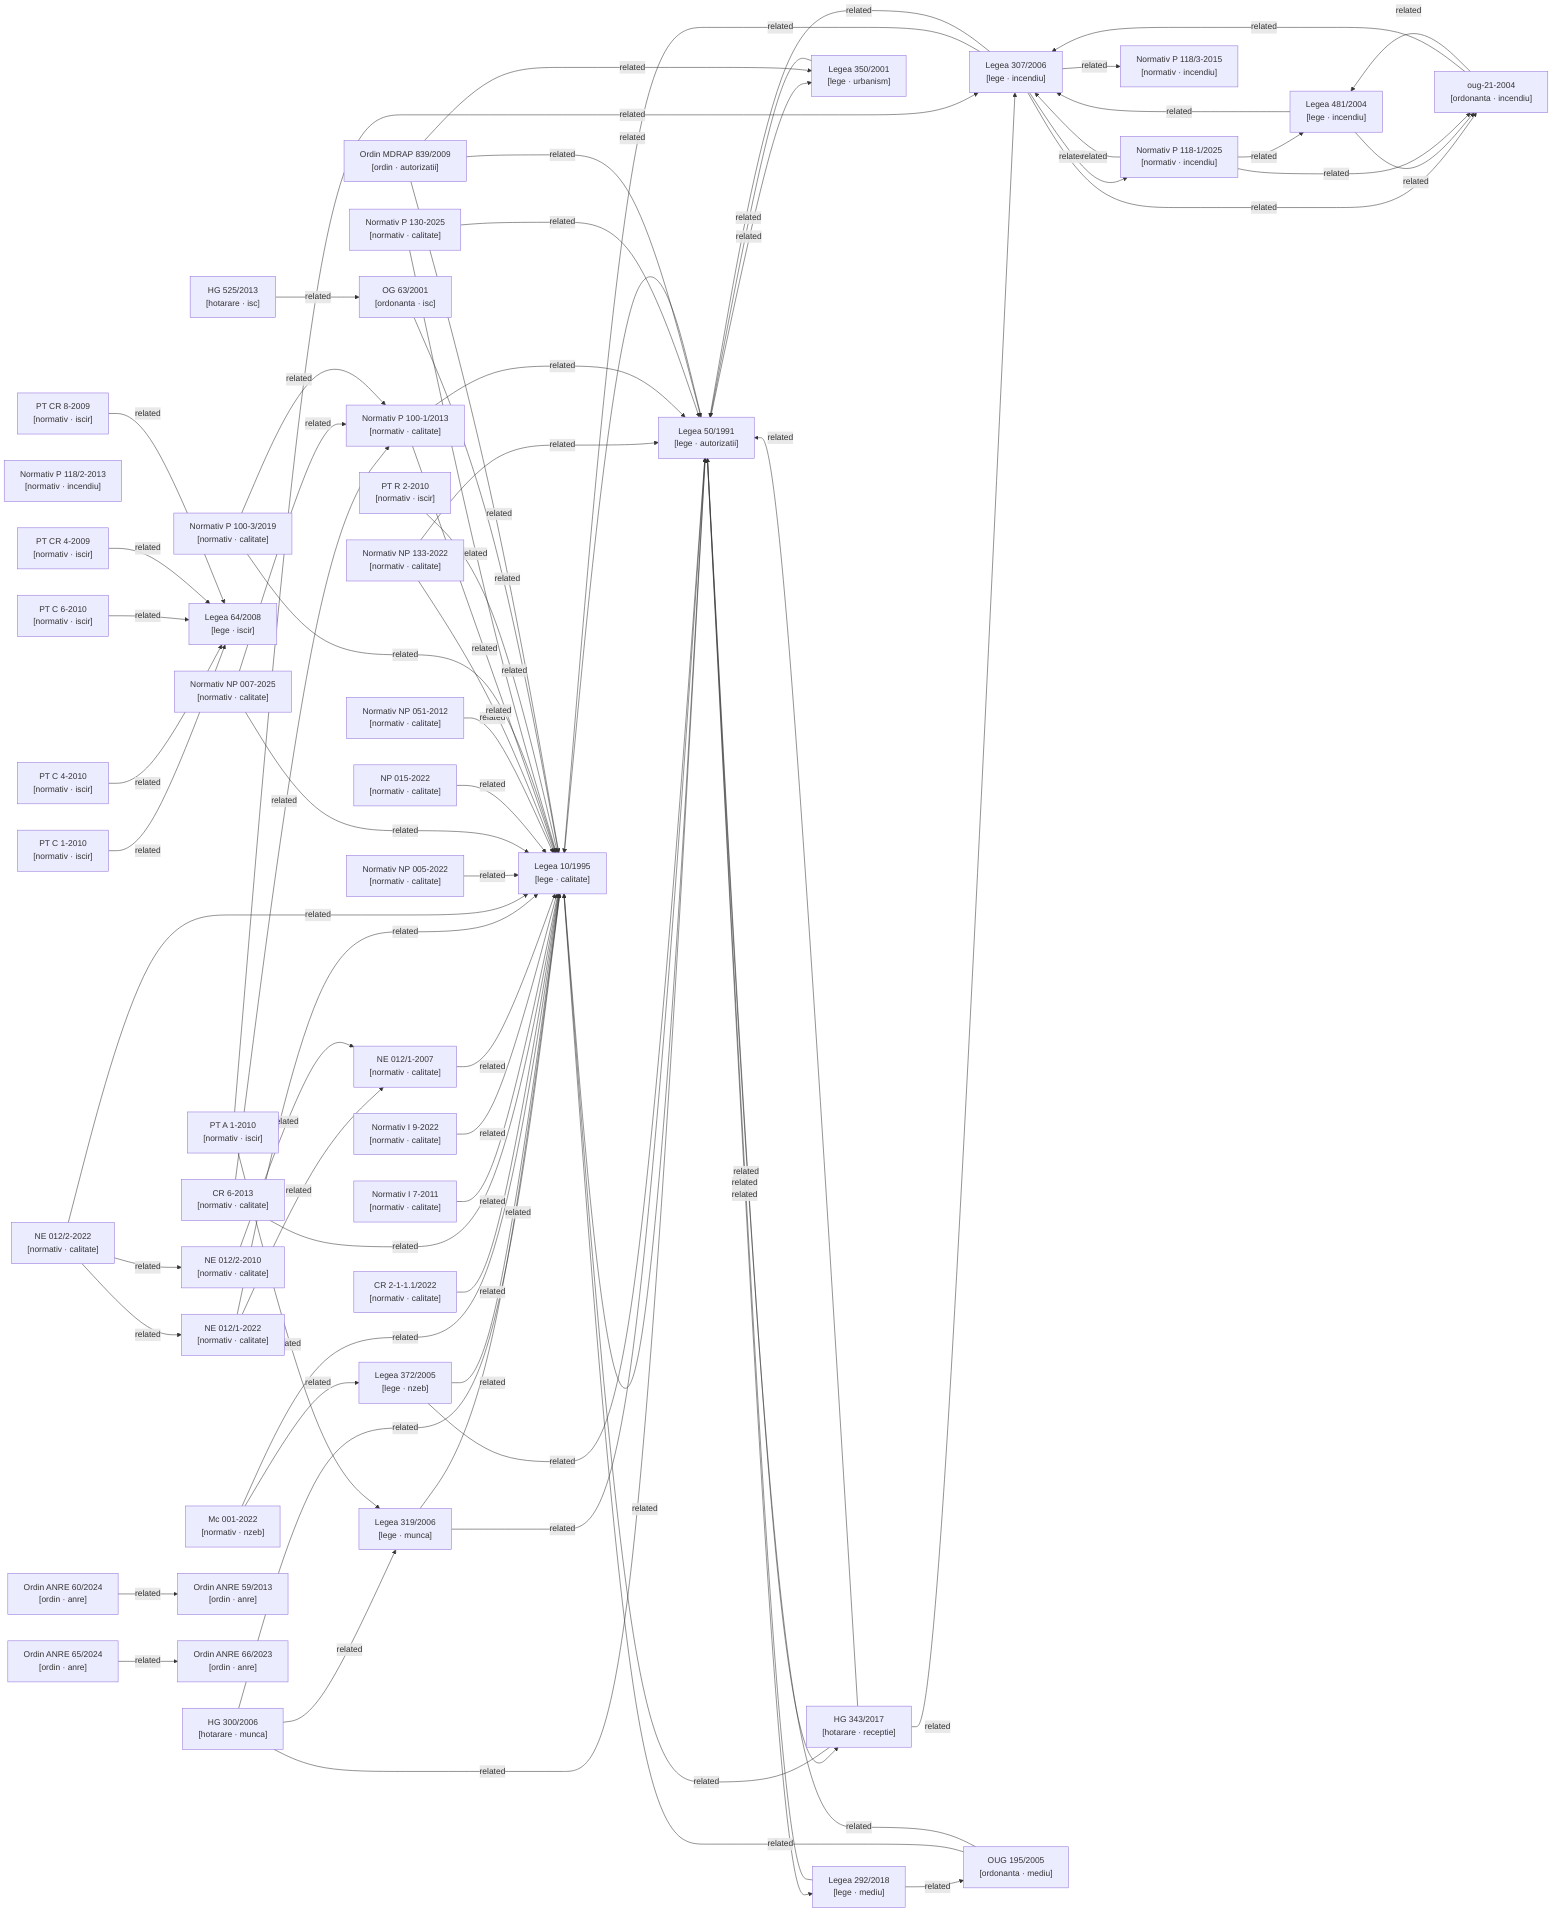
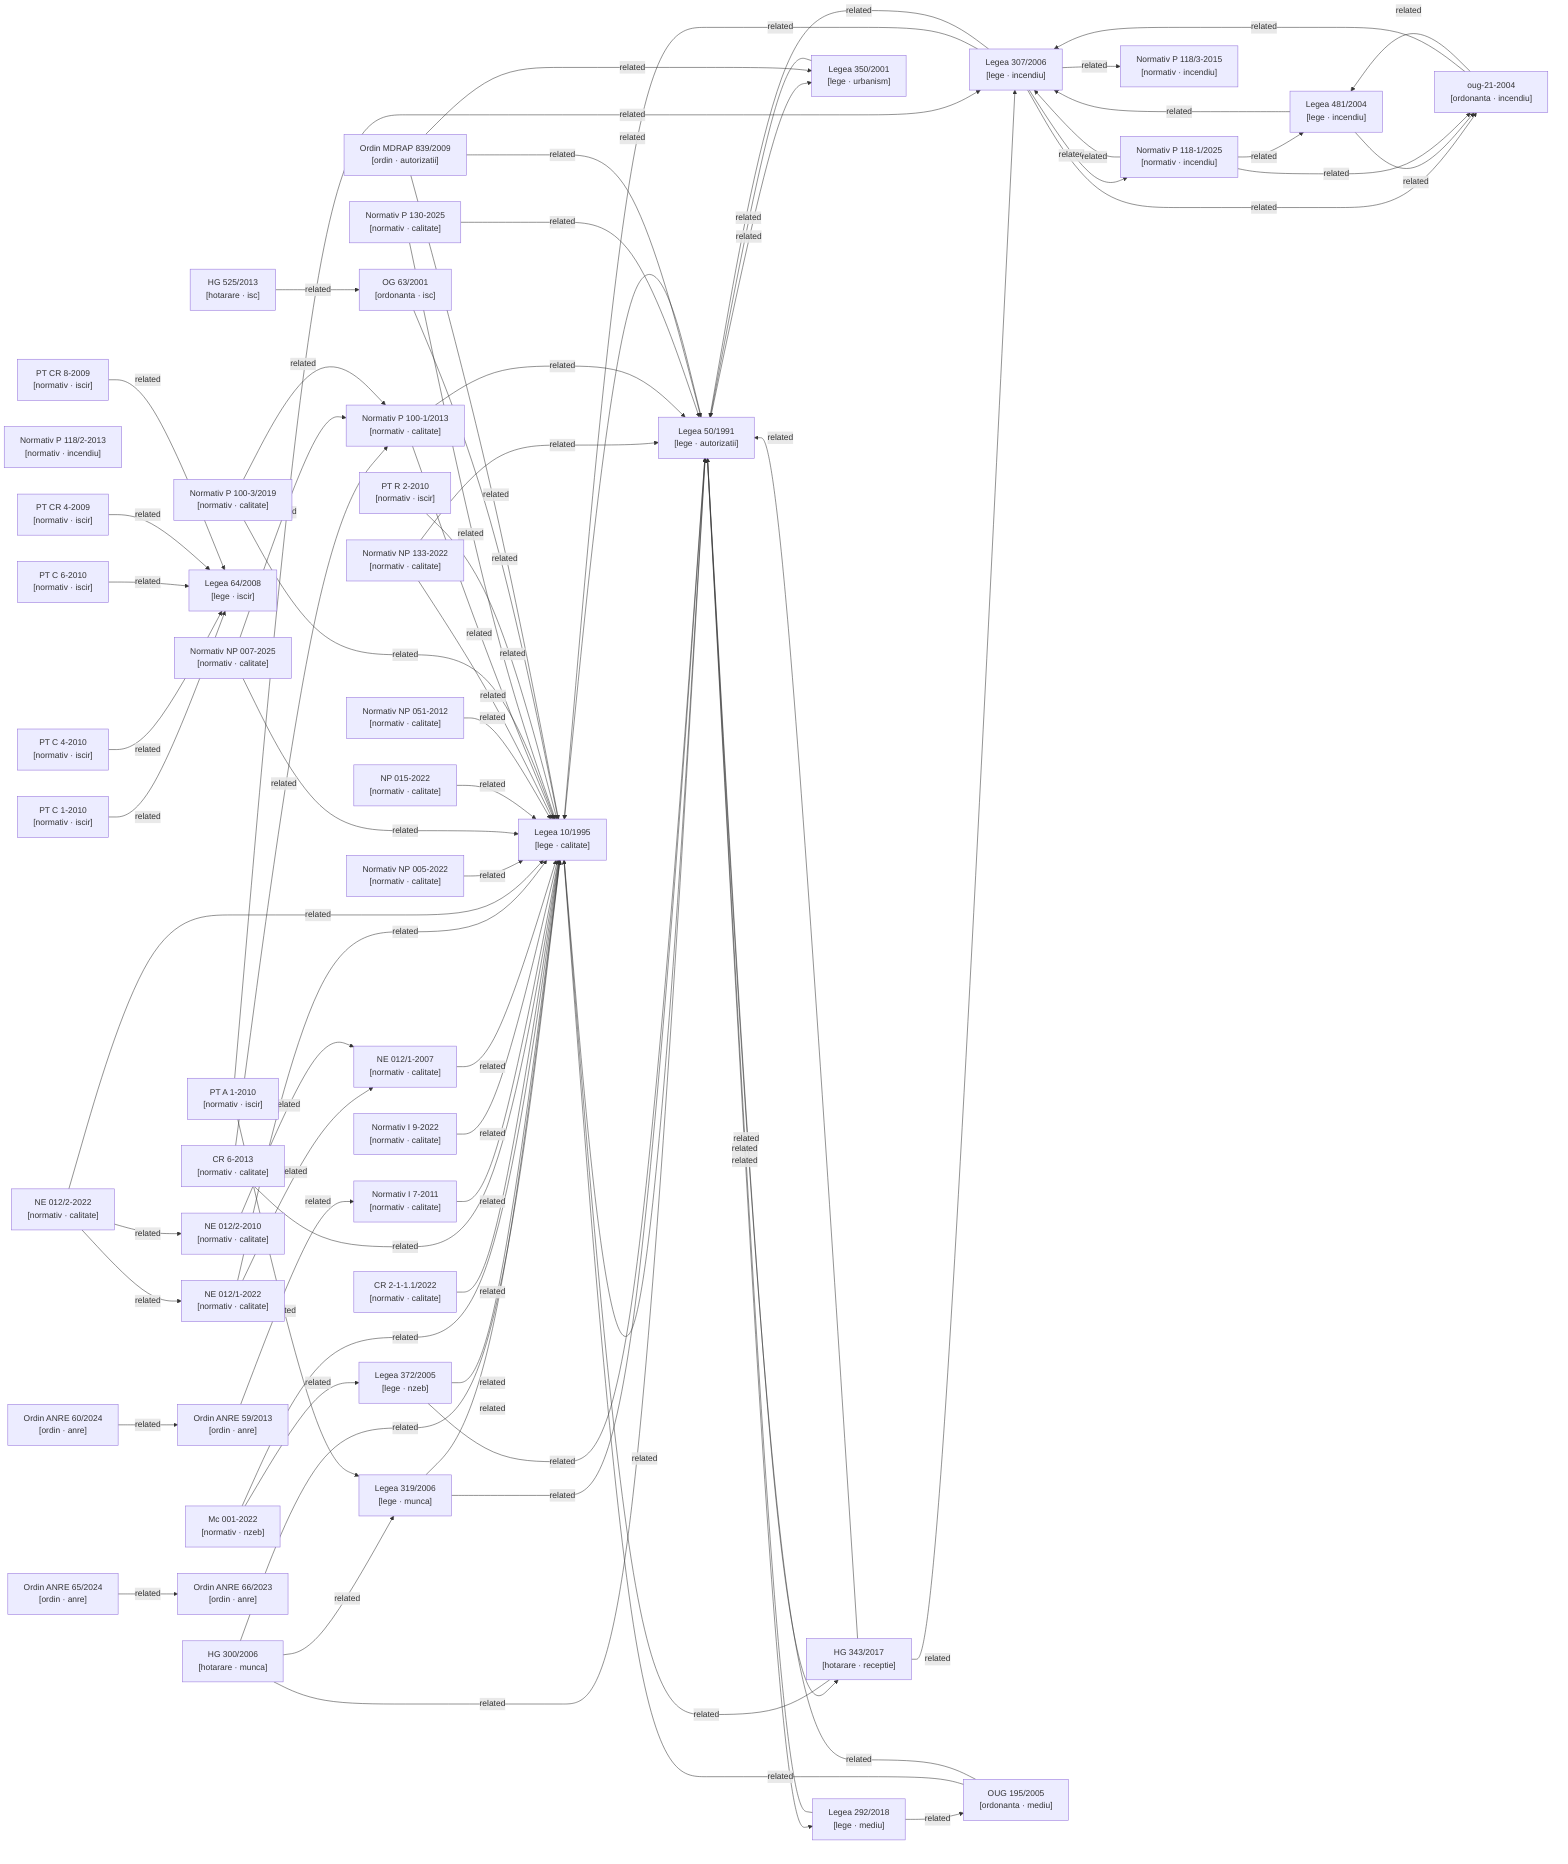
graph LR

  %% Nodes
  hg-300-2006["HG 300/2006\n[hotarare · munca]"]
  hg-343-2017["HG 343/2017\n[hotarare · receptie]"]
  hg-525-2013["HG 525/2013\n[hotarare · isc]"]
  lege-10-1995["Legea 10/1995\n[lege · calitate]"]
  lege-292-2018["Legea 292/2018\n[lege · mediu]"]
  lege-307-2006["Legea 307/2006\n[lege · incendiu]"]
  lege-319-2006["Legea 319/2006\n[lege · munca]"]
  lege-350-2001["Legea 350/2001\n[lege · urbanism]"]
  lege-372-2005["Legea 372/2005\n[lege · nzeb]"]
  lege-481-2004["Legea 481/2004\n[lege · incendiu]"]
  lege-50-1991["Legea 50/1991\n[lege · autorizatii]"]
  lege-64-2008["Legea 64/2008\n[lege · iscir]"]
  metodologie-mc001-2022["Mc 001-2022\n[normativ · nzeb]"]
  normativ-cr2-1-1-1-2022["CR 2-1-1.1/2022\n[normativ · calitate]"]
  normativ-cr6-2013["CR 6-2013\n[normativ · calitate]"]
  normativ-i7-2011["Normativ I 7-2011\n[normativ · calitate]"]
  normativ-i9-2022["Normativ I 9-2022\n[normativ · calitate]"]
  normativ-ne012-1-2007["NE 012/1-2007\n[normativ · calitate]"]
  normativ-ne012-1-2022["NE 012/1-2022\n[normativ · calitate]"]
  normativ-ne012-2-2010["NE 012/2-2010\n[normativ · calitate]"]
  normativ-ne012-2-2022["NE 012/2-2022\n[normativ · calitate]"]
  normativ-np005-2022["Normativ NP 005-2022\n[normativ · calitate]"]
  normativ-np007-2025["Normativ NP 007-2025\n[normativ · calitate]"]
  normativ-np015-2022["NP 015-2022\n[normativ · calitate]"]
  normativ-np051-2012["Normativ NP 051-2012\n[normativ · calitate]"]
  normativ-np133-2022["Normativ NP 133-2022\n[normativ · calitate]"]
  normativ-p100-1-2013["Normativ P 100-1/2013\n[normativ · calitate]"]
  normativ-p100-3-2019["Normativ P 100-3/2019\n[normativ · calitate]"]
  normativ-p118-1-2025["Normativ P 118-1/2025\n[normativ · incendiu]"]
  normativ-p118-2-2013["Normativ P 118/2-2013\n[normativ · incendiu]"]
  normativ-p118-3-2015["Normativ P 118/3-2015\n[normativ · incendiu]"]
  normativ-p130-2025["Normativ P 130-2025\n[normativ · calitate]"]
  normativ-pt-a1-2010["PT A 1-2010\n[normativ · iscir]"]
  normativ-pt-c1-2010["PT C 1-2010\n[normativ · iscir]"]
  normativ-pt-c4-2010["PT C 4-2010\n[normativ · iscir]"]
  normativ-pt-c6-2010["PT C 6-2010\n[normativ · iscir]"]
  normativ-pt-cr4-2009["PT CR 4-2009\n[normativ · iscir]"]
  normativ-pt-cr8-2009["PT CR 8-2009\n[normativ · iscir]"]
  normativ-pt-r2-2010["PT R 2-2010\n[normativ · iscir]"]
  og-63-2001["OG 63/2001\n[ordonanta · isc]"]
  ordin-839-2009["Ordin MDRAP 839/2009\n[ordin · autorizatii]"]
  ordin-anre-59-2013["Ordin ANRE 59/2013\n[ordin · anre]"]
  ordin-anre-60-2024["Ordin ANRE 60/2024\n[ordin · anre]"]
  ordin-anre-65-2024["Ordin ANRE 65/2024\n[ordin · anre]"]
  ordin-anre-66-2023["Ordin ANRE 66/2023\n[ordin · anre]"]
  oug-195-2005["OUG 195/2005\n[ordonanta · mediu]"]
  oug-21-2004["oug-21-2004\n[ordonanta · incendiu]"]

  %% Confirmed relationships (from metadata related_acts)
  hg-300-2006 -->|related| lege-10-1995
  hg-300-2006 -->|related| lege-319-2006
  hg-300-2006 -->|related| lege-50-1991
  hg-343-2017 -->|related| lege-10-1995
  hg-343-2017 -->|related| lege-307-2006
  hg-343-2017 -->|related| lege-50-1991
  hg-525-2013 -->|related| og-63-2001
  lege-10-1995 -->|related| lege-50-1991
  lege-292-2018 -->|related| lege-50-1991
  lege-292-2018 -->|related| oug-195-2005
  lege-307-2006 -->|related| lege-10-1995
  lege-307-2006 -->|related| lege-50-1991
  lege-307-2006 -->|related| normativ-p118-1-2025
  lege-307-2006 -->|related| normativ-p118-3-2015
  lege-307-2006 -->|related| oug-21-2004
  lege-319-2006 -->|related| lege-10-1995
  lege-319-2006 -->|related| lege-50-1991
  lege-350-2001 -->|related| lege-50-1991
  lege-372-2005 -->|related| lege-10-1995
  lege-372-2005 -->|related| lege-50-1991
  lege-481-2004 -->|related| lege-307-2006
  lege-481-2004 -->|related| oug-21-2004
  lege-50-1991 -->|related| hg-343-2017
  lege-50-1991 -->|related| lege-10-1995
  lege-50-1991 -->|related| lege-292-2018
  lege-50-1991 -->|related| lege-350-2001
  metodologie-mc001-2022 -->|related| lege-10-1995
  metodologie-mc001-2022 -->|related| lege-372-2005
  normativ-cr2-1-1-1-2022 -->|related| lege-10-1995
  normativ-cr6-2013 -->|related| lege-10-1995
  normativ-cr6-2013 -->|related| normativ-p100-1-2013
  normativ-i7-2011 -->|related| lege-10-1995
  normativ-i9-2022 -->|related| lege-10-1995
  normativ-ne012-1-2007 -->|related| lege-10-1995
  normativ-ne012-1-2022 -->|related| lege-10-1995
  normativ-ne012-1-2022 -->|related| normativ-ne012-1-2007
  normativ-ne012-2-2010 -->|related| normativ-ne012-1-2007
  normativ-ne012-2-2022 -->|related| lege-10-1995
  normativ-ne012-2-2022 -->|related| normativ-ne012-1-2022
  normativ-ne012-2-2022 -->|related| normativ-ne012-2-2010
  normativ-np005-2022 -->|related| lege-10-1995
  normativ-np007-2025 -->|related| lege-10-1995
  normativ-np007-2025 -->|related| normativ-p100-1-2013
  normativ-np015-2022 -->|related| lege-10-1995
  normativ-np051-2012 -->|related| lege-10-1995
  normativ-np133-2022 -->|related| lege-10-1995
  normativ-np133-2022 -->|related| lege-50-1991
  normativ-p100-1-2013 -->|related| lege-10-1995
  normativ-p100-1-2013 -->|related| lege-50-1991
  normativ-p100-3-2019 -->|related| lege-10-1995
  normativ-p100-3-2019 -->|related| normativ-p100-1-2013
  normativ-p118-1-2025 -->|related| lege-307-2006
  normativ-p118-1-2025 -->|related| lege-481-2004
  normativ-p118-1-2025 -->|related| oug-21-2004
  normativ-p130-2025 -->|related| lege-10-1995
  normativ-p130-2025 -->|related| lege-50-1991
  normativ-pt-a1-2010 -->|related| lege-307-2006
  normativ-pt-a1-2010 -->|related| lege-319-2006
  normativ-pt-c1-2010 -->|related| lege-64-2008
  normativ-pt-c4-2010 -->|related| lege-64-2008
  normativ-pt-c6-2010 -->|related| lege-64-2008
  normativ-pt-cr4-2009 -->|related| lege-64-2008
  normativ-pt-cr8-2009 -->|related| lege-64-2008
  normativ-pt-r2-2010 -->|related| lege-10-1995
  og-63-2001 -->|related| lege-10-1995
  ordin-839-2009 -->|related| lege-10-1995
  ordin-839-2009 -->|related| lege-350-2001
  ordin-839-2009 -->|related| lege-50-1991
+   ordin-anre-59-2013 -->|related| normativ-i7-2011
  ordin-anre-60-2024 -->|related| ordin-anre-59-2013
  ordin-anre-65-2024 -->|related| ordin-anre-66-2023
  oug-195-2005 -->|related| lege-10-1995
  oug-195-2005 -->|related| lege-50-1991
  oug-21-2004 -->|related| lege-307-2006
  oug-21-2004 -->|related| lege-481-2004

  %% Auto-detected relationships (needs_review)
